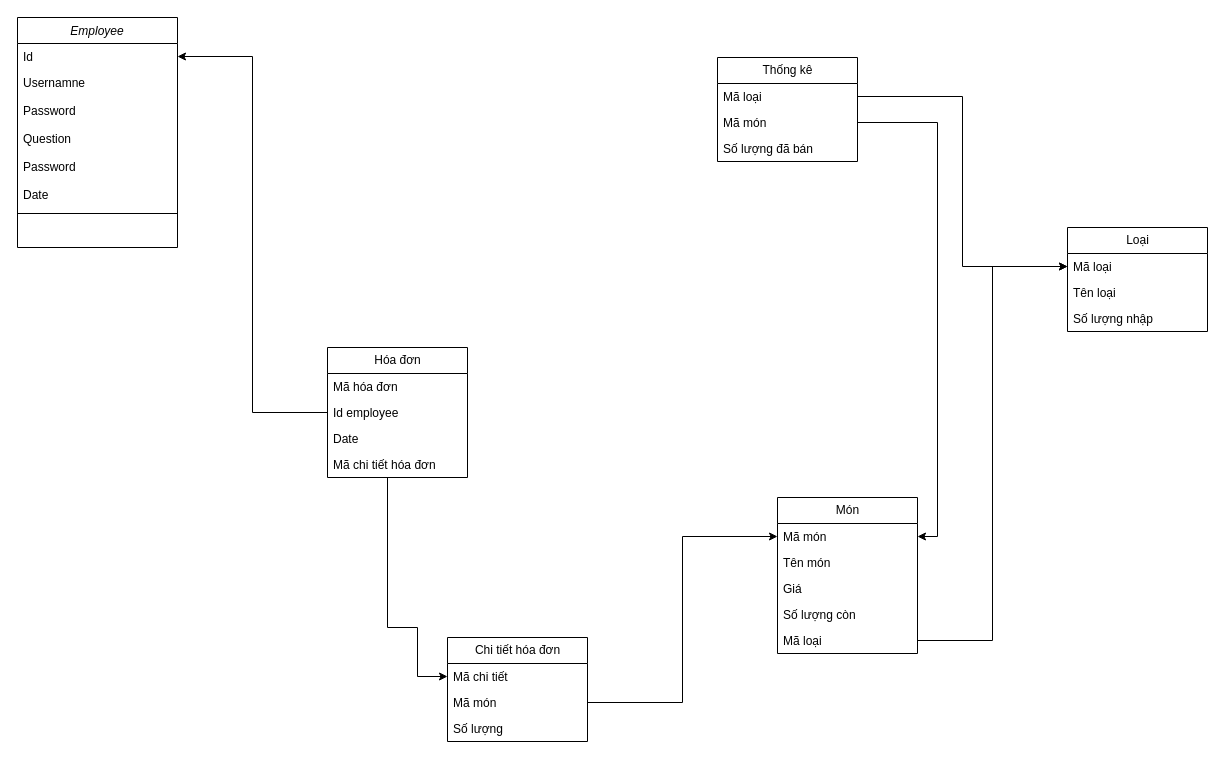
thanhdatho0/Cafeteria-Management keeps this draw.io diagram as CafeteriaManagementSys.drawio. Above is the earlier version. Source tidied: cells renumbered, new cells numbered last; positions are measured from the earlier drawing's top-left corner, leaving out a move shared by most shapes. Both pictures are drawn from the tidied source at 100%, with x=0, y=0 at pixel (17, 17).
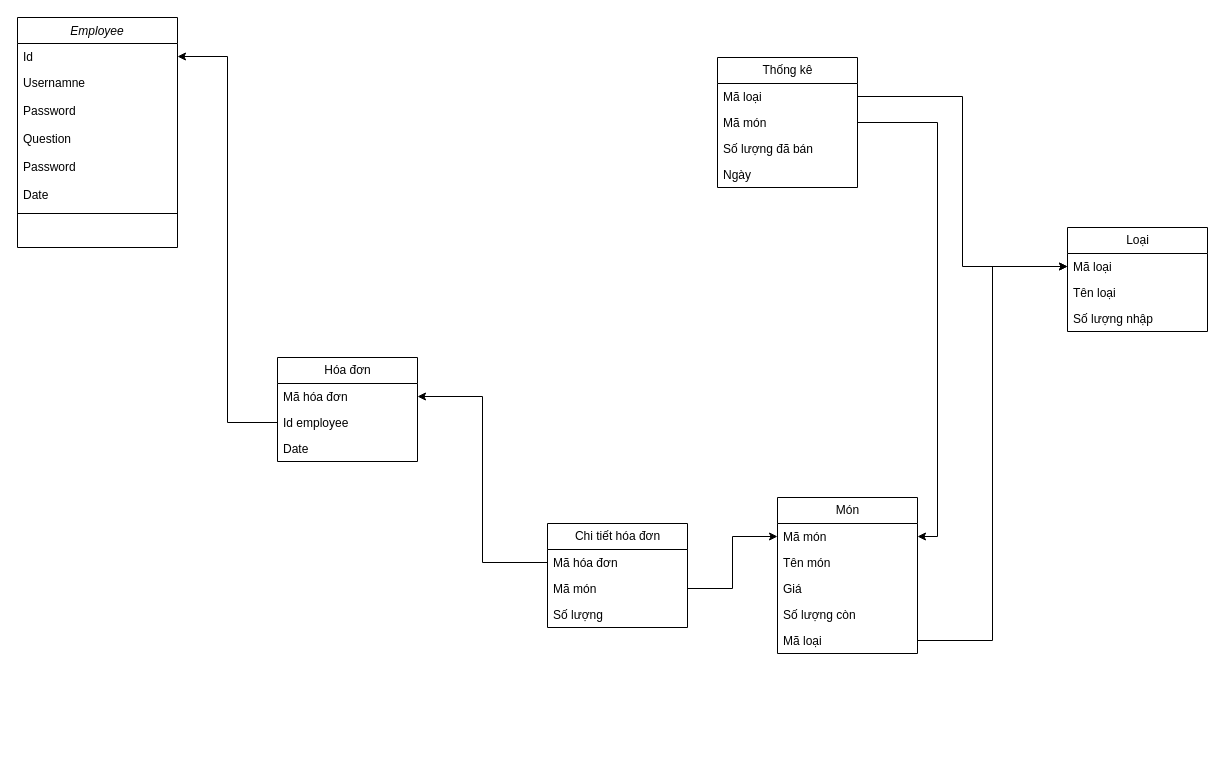
Above is the later version.

Unchanged cells that the change refers to:
```xml
<mxCell id="11" value="Mã món" style="text;strokeColor=none;fillColor=none;align=left;verticalAlign=top;spacingLeft=4;spacingRight=4;overflow=hidden;points=[[0,0.5],[1,0.5]];portConstraint=eastwest;whiteSpace=wrap;html=1;" parent="10" vertex="1">
  <mxGeometry y="26" width="140" height="26" as="geometry" />
</mxCell>
<mxCell id="34" value="Mã hóa đơn" style="text;strokeColor=none;fillColor=none;align=left;verticalAlign=top;spacingLeft=4;spacingRight=4;overflow=hidden;points=[[0,0.5],[1,0.5]];portConstraint=eastwest;whiteSpace=wrap;html=1;" parent="33" vertex="1">
  <mxGeometry y="26" width="140" height="26" as="geometry" />
</mxCell>
```

What changed in the source:
```diff
@@
     <mxCell id="21" value="Thống kê" style="swimlane;fontStyle=0;horizontal=1;startSize=26;fillColor=none;html=1;" parent="1" vertex="1">
-      <mxGeometry x="700" y="40" width="140" height="104" as="geometry" />
+      <mxGeometry x="700" y="40" width="140" height="130" as="geometry" />
     </mxCell>
@@
+    <mxCell id="39" value="Ngày&lt;div&gt;&lt;br&gt;&lt;/div&gt;" style="text;strokeColor=none;fillColor=none;align=left;verticalAlign=top;spacingLeft=4;spacingRight=4;overflow=hidden;whiteSpace=wrap;html=1;" parent="21" vertex="1">
+      <mxGeometry y="104" width="140" height="26" as="geometry" />
+    </mxCell>
@@
-    <mxCell id="27" style="edgeStyle=orthogonalEdgeStyle;rounded=0;jettySize=auto;html=1;entryX=0;entryY=0.5;entryDx=0;entryDy=0;exitX=1;exitY=0.5;exitDx=0;exitDy=0;" parent="1" edge="1" source="30" target="11">
+    <mxCell id="27" style="edgeStyle=orthogonalEdgeStyle;rounded=0;jettySize=auto;html=1;entryX=0;entryY=0.5;entryDx=0;entryDy=0;exitX=1;exitY=0.5;exitDx=0;exitDy=0;" parent="1" edge="1" source="40" target="11">
       <mxGeometry relative="1" as="geometry" />
     </mxCell>
     <mxCell id="28" value="Chi tiết hóa đơn" style="swimlane;fontStyle=0;horizontal=1;startSize=26;fillColor=none;html=1;" parent="1" vertex="1">
-      <mxGeometry x="430" y="620" width="140" height="104" as="geometry" />
+      <mxGeometry x="530" y="506" width="140" height="104" as="geometry" />
     </mxCell>
-    <mxCell id="29" value="Mã chi tiết" style="text;strokeColor=none;fillColor=none;align=left;verticalAlign=top;spacingLeft=4;spacingRight=4;overflow=hidden;points=[[0,0.5],[1,0.5]];portConstraint=eastwest;whiteSpace=wrap;html=1;" parent="28" vertex="1">
-      <mxGeometry y="26" width="140" height="26" as="geometry" />
-    </mxCell>
-    <mxCell id="30" value="Mã món" style="text;strokeColor=none;fillColor=none;align=left;verticalAlign=top;spacingLeft=4;spacingRight=4;overflow=hidden;points=[[0,0.5],[1,0.5]];portConstraint=eastwest;whiteSpace=wrap;html=1;" parent="28" vertex="1">
-      <mxGeometry y="52" width="140" height="26" as="geometry" />
+    <mxCell id="30" value="Mã hóa đơn" style="text;strokeColor=none;fillColor=none;align=left;verticalAlign=top;spacingLeft=4;spacingRight=4;overflow=hidden;points=[[0,0.5],[1,0.5]];portConstraint=eastwest;whiteSpace=wrap;html=1;" parent="28" vertex="1">
+      <mxGeometry y="26" width="140" height="26" as="geometry" />
     </mxCell>
+    <mxCell id="40" value="Mã món" style="text;strokeColor=none;fillColor=none;align=left;verticalAlign=top;spacingLeft=4;spacingRight=4;overflow=hidden;points=[[0,0.5],[1,0.5]];portConstraint=eastwest;whiteSpace=wrap;html=1;" parent="28" vertex="1">
+      <mxGeometry y="52" width="140" height="26" as="geometry" />
+    </mxCell>
@@
     <mxCell id="33" value="Hóa đơn" style="swimlane;fontStyle=0;horizontal=1;startSize=26;fillColor=none;html=1;" parent="1" vertex="1">
-      <mxGeometry x="310" y="330" width="140" height="130" as="geometry" />
+      <mxGeometry x="260" y="340" width="140" height="104" as="geometry" />
     </mxCell>
@@
-    <mxCell id="37" value="Mã chi tiết hóa đơn" style="text;strokeColor=none;fillColor=none;align=left;verticalAlign=top;spacingLeft=4;spacingRight=4;overflow=hidden;points=[[0,0.5],[1,0.5]];portConstraint=eastwest;whiteSpace=wrap;html=1;" parent="33" vertex="1">
-      <mxGeometry y="104" width="140" height="26" as="geometry" />
-    </mxCell>
-    <mxCell id="38" style="edgeStyle=orthogonalEdgeStyle;rounded=0;jettySize=auto;html=1;entryX=0;entryY=0.5;entryDx=0;entryDy=0;" parent="1" edge="1" source="37" target="29">
-      <mxGeometry relative="1" as="geometry">
-        <Array as="points">
-          <mxPoint x="370" y="610" />
-          <mxPoint x="400" y="610" />
-          <mxPoint x="400" y="659" />
-        </Array>
-      </mxGeometry>
-    </mxCell>
+    <mxCell id="41" style="edgeStyle=orthogonalEdgeStyle;rounded=0;jettySize=auto;html=1;entryX=1;entryY=0.5;entryDx=0;entryDy=0;" parent="1" edge="1" source="30" target="34">
+      <mxGeometry relative="1" as="geometry" />
+    </mxCell>
```
